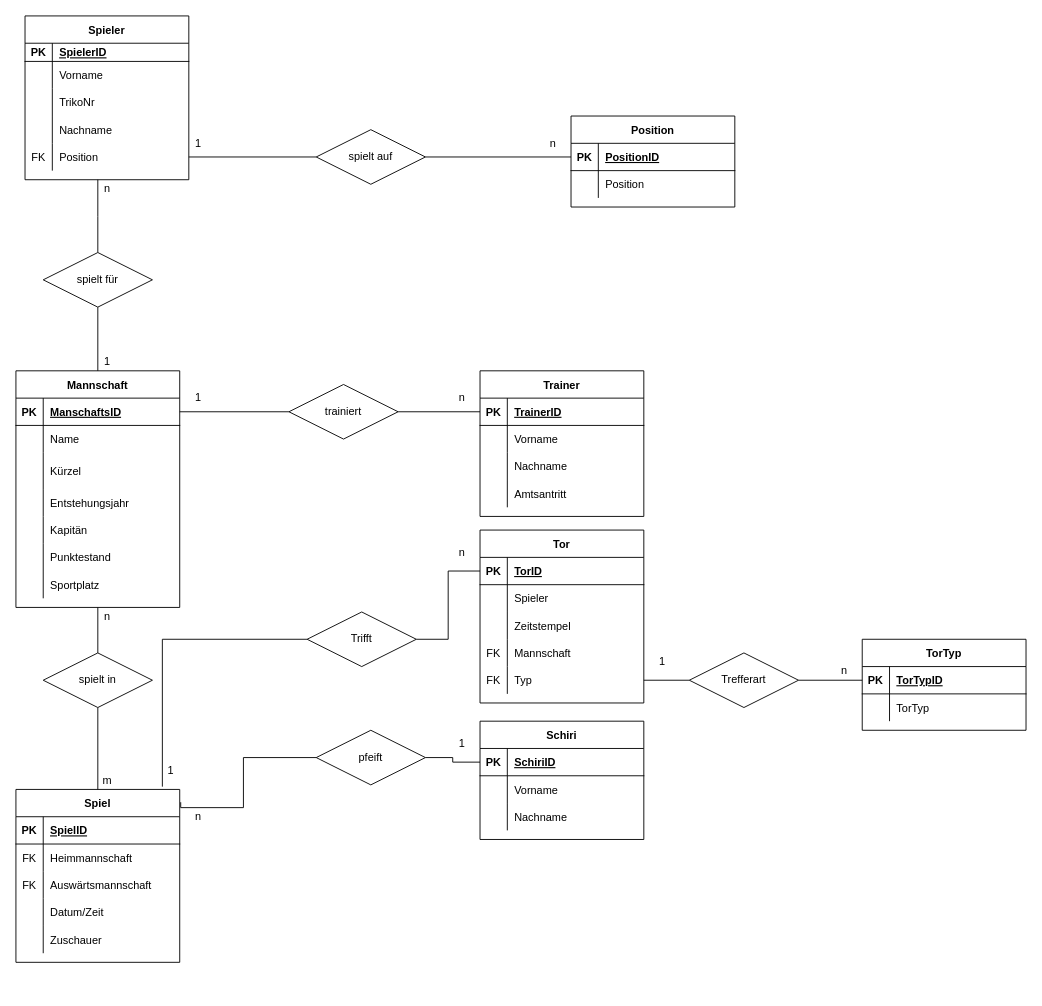
JannesNebendahl/Turnierplaner keeps this draw.io diagram as er_model_beta.drawio. Above is the earlier version. Source tidied: cells renumbered, new cells numbered last; positions are measured from the earlier drawing's top-left corner, leaving out a move shared by most shapes. Both pictures are drawn from the tidied source at 91%, with x=0, y=0 at pixel (15, 15).
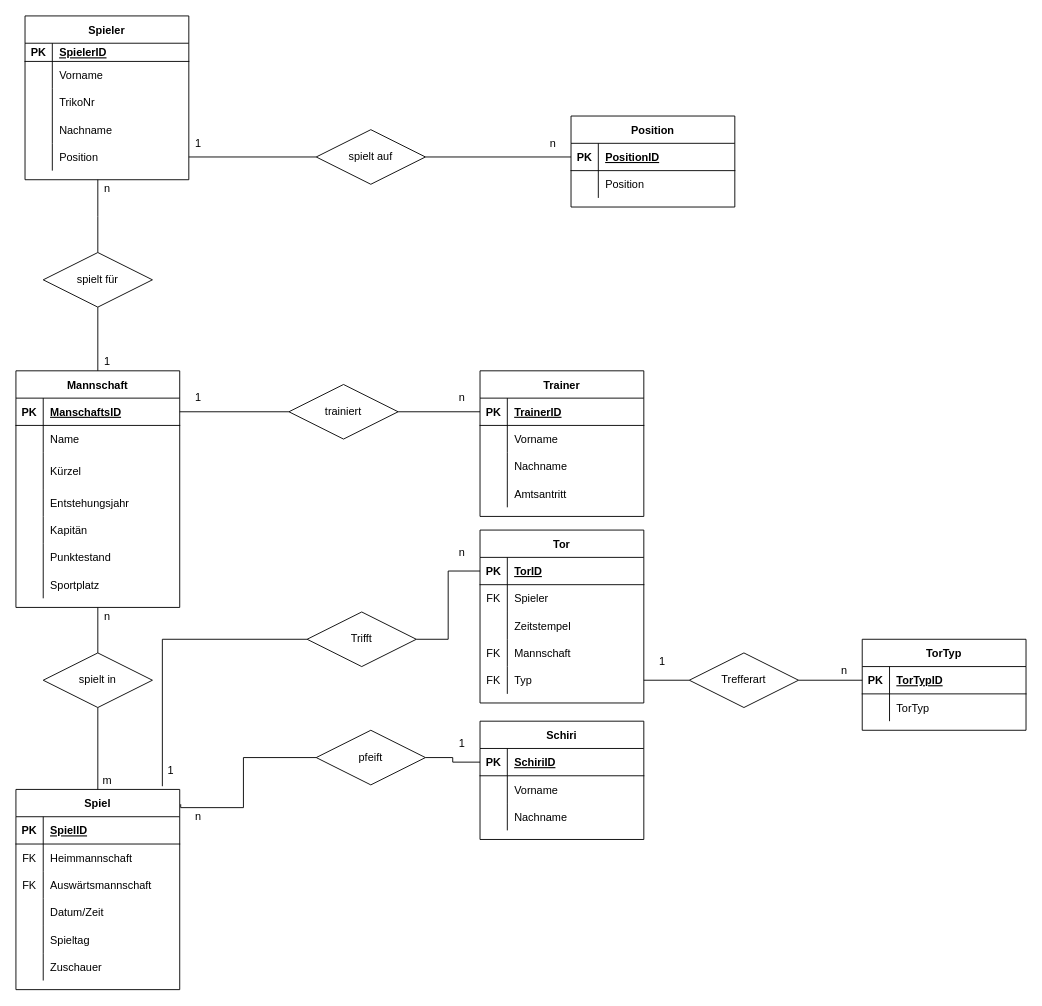
Above is the later version.

Unchanged cells that the change refers to:
```xml
<mxCell id="15" style="shape=tableRow;horizontal=0;startSize=0;swimlaneHead=0;swimlaneBody=0;fillColor=none;points=[[0,0.5],[1,0.5]];portConstraint=eastwest;top=0;left=0;right=0;bottom=0;" parent="2" vertex="1">
  <mxGeometry y="140" width="180" height="30" as="geometry" />
</mxCell>
<mxCell id="86" style="shape=tableRow;horizontal=0;startSize=0;swimlaneHead=0;swimlaneBody=0;fillColor=none;top=0;left=0;right=0;bottom=0;" parent="82" vertex="1">
  <mxGeometry y="60" width="180" height="30" as="geometry" />
</mxCell>
```

The edit, as a diff of the source:
```diff
@@
-    <mxCell id="16" value="FK" style="shape=partialRectangle;fillColor=none;top=0;left=0;bottom=0;right=0;overflow=hidden;" parent="15" vertex="1">
+    <mxCell id="16" style="shape=partialRectangle;fillColor=none;top=0;left=0;bottom=0;right=0;overflow=hidden;" parent="15" vertex="1">
       <mxGeometry width="30" height="30" as="geometry" />
     </mxCell>
@@
     <mxCell id="66" value="Spiel" style="shape=table;startSize=30;childLayout=tableLayout;rowLines=0;fontStyle=1;align=center;" parent="1" vertex="1">
-      <mxGeometry y="850" width="180" height="190" as="geometry" />
+      <mxGeometry y="850" width="180" height="220" as="geometry" />
     </mxCell>
@@
+    <mxCell id="144" style="shape=tableRow;horizontal=0;startSize=0;swimlaneHead=0;swimlaneBody=0;fillColor=none;top=0;left=0;right=0;bottom=0;" parent="66" vertex="1">
+      <mxGeometry y="150" width="180" height="30" as="geometry" />
+    </mxCell>
+    <mxCell id="145" style="shape=partialRectangle;fillColor=none;top=0;left=0;bottom=0;right=0;overflow=hidden;" parent="144" vertex="1">
+      <mxGeometry width="30" height="30" as="geometry" />
+    </mxCell>
+    <mxCell id="146" value="Spieltag" style="shape=partialRectangle;fillColor=none;top=0;left=0;bottom=0;right=0;align=left;spacingLeft=6;overflow=hidden;" parent="144" vertex="1">
+      <mxGeometry x="30" width="150" height="30" as="geometry" />
+    </mxCell>
     <mxCell id="79" style="shape=tableRow;horizontal=0;startSize=0;swimlaneHead=0;swimlaneBody=0;fillColor=none;top=0;left=0;right=0;bottom=0;" parent="66" vertex="1">
-      <mxGeometry y="150" width="180" height="30" as="geometry" />
+      <mxGeometry y="180" width="180" height="30" as="geometry" />
     </mxCell>
@@
-    <mxCell id="87" style="shape=partialRectangle;fillColor=none;top=0;left=0;bottom=0;right=0;overflow=hidden;" parent="86" vertex="1">
+    <mxCell id="87" value="FK" style="shape=partialRectangle;fillColor=none;top=0;left=0;bottom=0;right=0;overflow=hidden;" parent="86" vertex="1">
       <mxGeometry width="30" height="30" as="geometry" />
     </mxCell>
```
